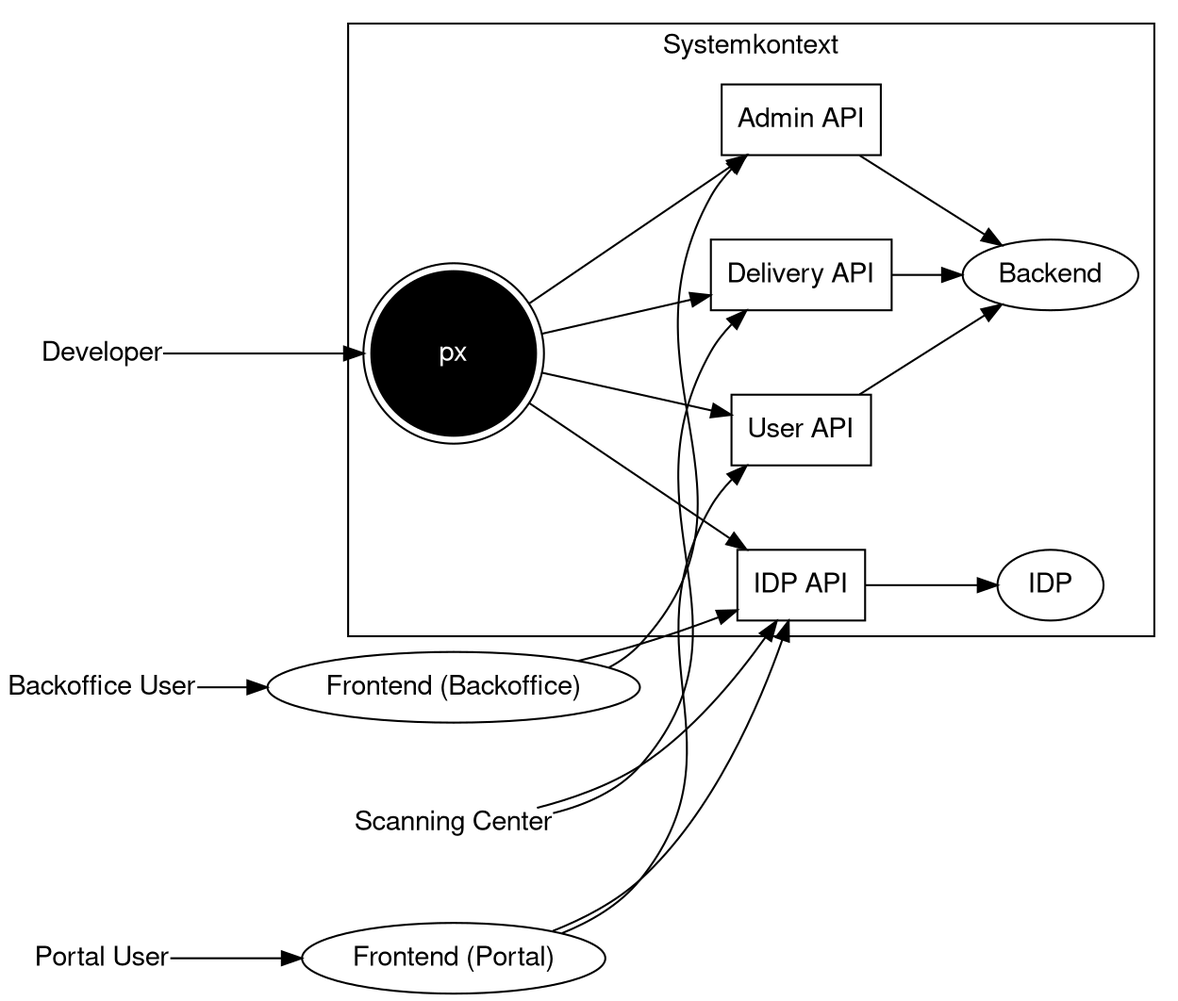
Earlier version of the Graphviz export doc/pics/kontextdiagramm.png (patrickbucher/wipro). Its source is kept beside it as doc/pics/kontextdiagramm.dot.
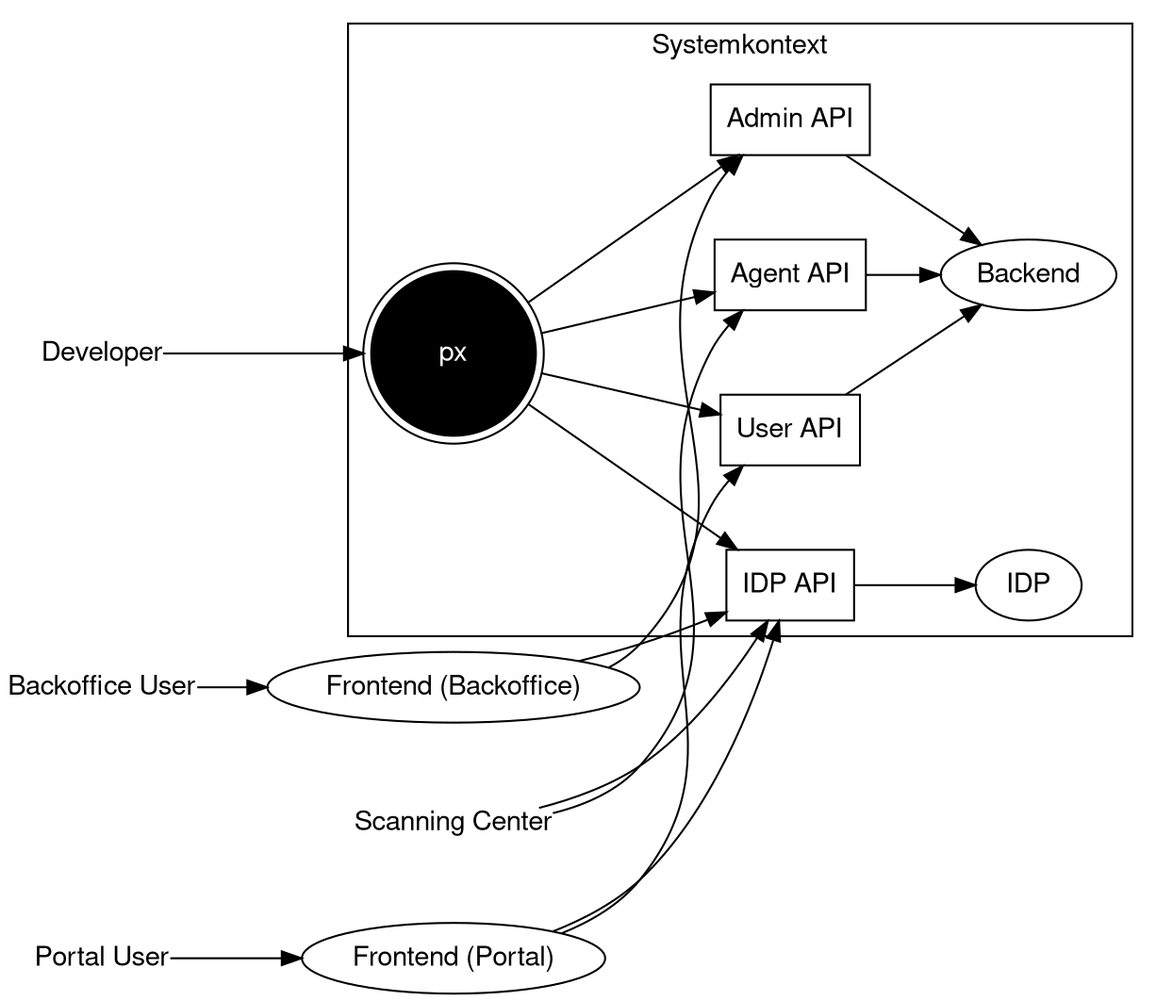
Above is the later version.

Commit message:
Dokumentation: "Delivery API" in "Agent API" umbenannt (korrekte Bezeichnung)

What changed in the source:
```diff
@@ -16,7 +16,7 @@
 
 		"Backend" [shape="ellipse"];
 		"User API" [shape="box"];
-		"Delivery API" [shape="box"];
+		"Agent API" [shape="box"];
 		"Admin API" [shape="box"];
 
 		"px" [shape="doublecircle",style="filled",fillcolor="black",fontcolor="white",margin="0.3"];
@@ -37,11 +37,11 @@
 
 	"Portal User" -> "Frontend (Portal)" -> "User API" -> "Backend";
 	"Backoffice User" -> "Frontend (Backoffice)" -> "Admin API" -> "Backend";
-	"Scanning Center" -> "Delivery API" -> "Backend";
+	"Scanning Center" -> "Agent API" -> "Backend";
 
 	"Developer" -> "px";
 	"px" -> "IDP API";
 	"px" -> "User API";
 	"px" -> "Admin API";
-	"px" -> "Delivery API";
+	"px" -> "Agent API";
 }
```
